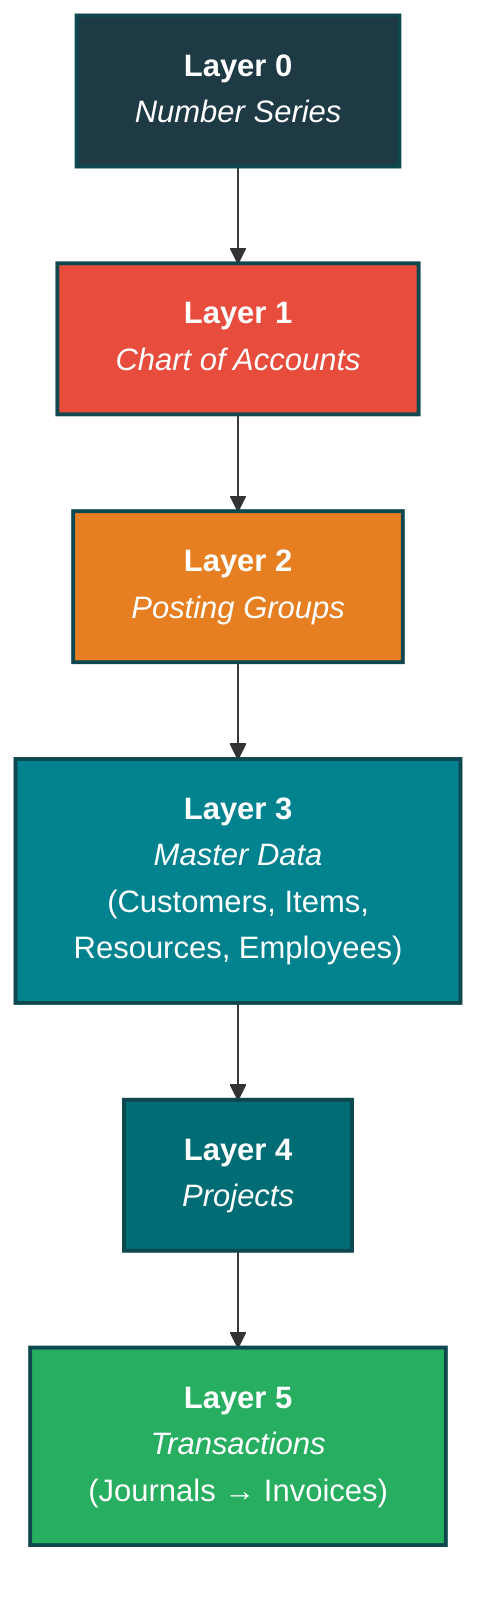
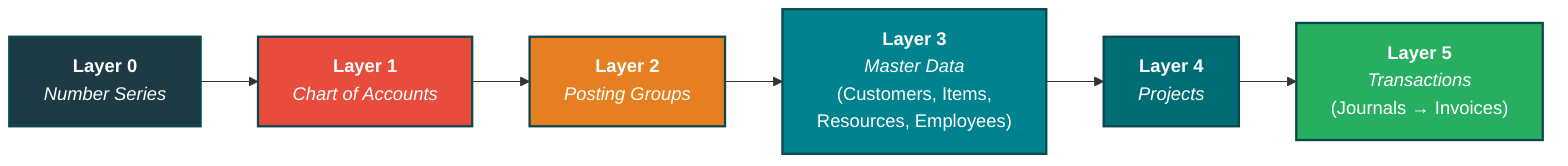
- graph TD
+ graph LR
    L0["<b>Layer 0</b><br/><i>Number Series</i>"]
    L1["<b>Layer 1</b><br/><i>Chart of Accounts</i>"]
    L2["<b>Layer 2</b><br/><i>Posting Groups</i>"]
    L3["<b>Layer 3</b><br/><i>Master Data</i><br/>(Customers, Items,<br/>Resources, Employees)"]
    L4["<b>Layer 4</b><br/><i>Projects</i>"]
    L5["<b>Layer 5</b><br/><i>Transactions</i><br/>(Journals → Invoices)"]

    L0 --> L1 --> L2 --> L3 --> L4 --> L5

    style L0 fill:#1E3A45,stroke:#0E474E,stroke-width:2px,color:#fff
    style L1 fill:#E74C3C,stroke:#0E474E,stroke-width:2px,color:#fff
    style L2 fill:#E67E22,stroke:#0E474E,stroke-width:2px,color:#fff
    style L3 fill:#00838F,stroke:#0E474E,stroke-width:2px,color:#fff
    style L4 fill:#006D75,stroke:#0E474E,stroke-width:2px,color:#fff
    style L5 fill:#27AE60,stroke:#0E474E,stroke-width:2px,color:#fff
